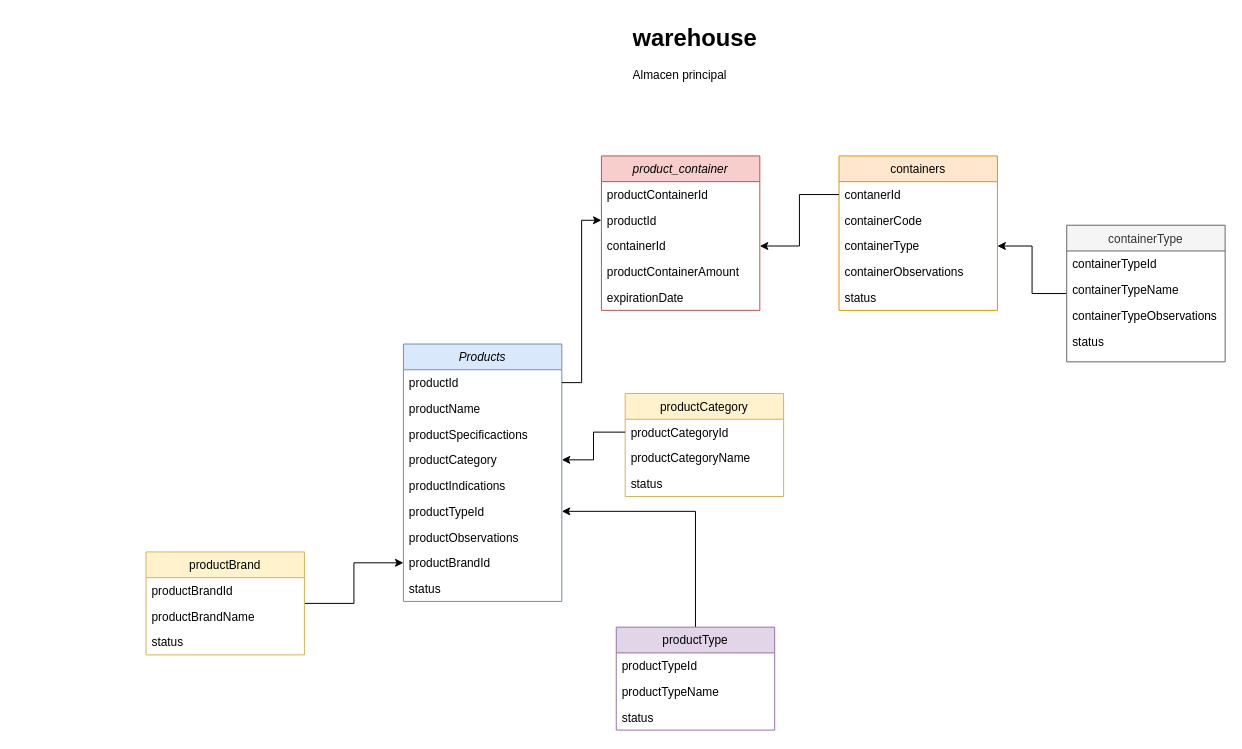
CarlosMayo1/pharmacy keeps this draw.io diagram as pharmacy.drawio. Above is the earlier version. Source tidied: cells renumbered, new cells numbered last; positions are measured from the earlier drawing's top-left corner, leaving out a move shared by most shapes. Both pictures are drawn from the tidied source at 99%, with x=0, y=0 at pixel (146, 17).
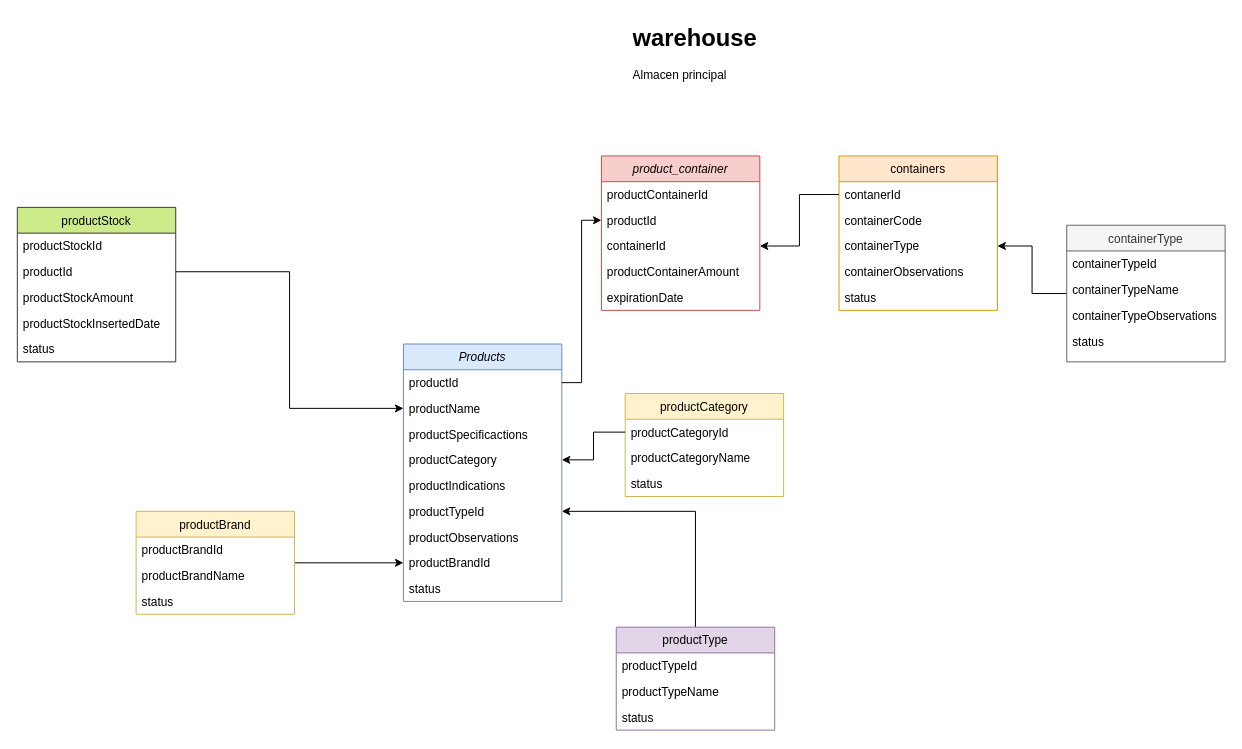
After the change.

Unchanged cells that the change refers to:
```xml
<mxCell id="4" value="productName" style="text;align=left;verticalAlign=top;spacingLeft=4;spacingRight=4;overflow=hidden;points=[[0,0.5],[1,0.5]];portConstraint=eastwest;rounded=0;shadow=0;html=0;" parent="2" vertex="1">
  <mxGeometry y="52" width="160" height="26" as="geometry" />
</mxCell>
```

The edit, as a diff of the source:
```diff
@@
     <mxCell id="44" value="productBrand" style="swimlane;fontStyle=0;align=center;verticalAlign=top;horizontal=1;startSize=26;rounded=0;shadow=0;strokeWidth=1;fillColor=#fff2cc;strokeColor=#d6b656;" parent="1" vertex="1">
-      <mxGeometry y="540" width="160" height="104" as="geometry" />
+      <mxGeometry x="-10" y="499" width="160" height="104" as="geometry" />
     </mxCell>
@@
+    <mxCell id="48" value="productStock" style="swimlane;fontStyle=0;align=center;verticalAlign=top;horizontal=1;startSize=26;rounded=0;shadow=0;strokeWidth=1;fillColor=#cdeb8b;strokeColor=#36393d;" parent="1" vertex="1">
+      <mxGeometry x="-130" y="192" width="160" height="156" as="geometry" />
+    </mxCell>
+    <mxCell id="49" value="productStockId" style="text;align=left;verticalAlign=top;spacingLeft=4;spacingRight=4;overflow=hidden;" parent="48" vertex="1">
+      <mxGeometry y="26" width="160" height="26" as="geometry" />
+    </mxCell>
+    <mxCell id="50" value="productId" style="text;align=left;verticalAlign=top;spacingLeft=4;spacingRight=4;overflow=hidden;points=[[0,0.5],[1,0.5]];portConstraint=eastwest;" parent="48" vertex="1">
+      <mxGeometry y="52" width="160" height="26" as="geometry" />
+    </mxCell>
+    <mxCell id="51" value="productStockAmount" style="text;align=left;verticalAlign=top;spacingLeft=4;spacingRight=4;overflow=hidden;" parent="48" vertex="1">
+      <mxGeometry y="78" width="160" height="26" as="geometry" />
+    </mxCell>
+    <mxCell id="52" value="productStockInsertedDate" style="text;align=left;verticalAlign=top;spacingLeft=4;spacingRight=4;overflow=hidden;" parent="48" vertex="1">
+      <mxGeometry y="104" width="160" height="26" as="geometry" />
+    </mxCell>
+    <mxCell id="53" value="status" style="text;align=left;verticalAlign=top;spacingLeft=4;spacingRight=4;overflow=hidden;" parent="48" vertex="1">
+      <mxGeometry y="130" width="160" height="26" as="geometry" />
+    </mxCell>
+    <mxCell id="54" style="edgeStyle=orthogonalEdgeStyle;rounded=0;jettySize=auto;html=1;" parent="1" edge="1" source="50" target="4">
+      <mxGeometry relative="1" as="geometry" />
+    </mxCell>
```
